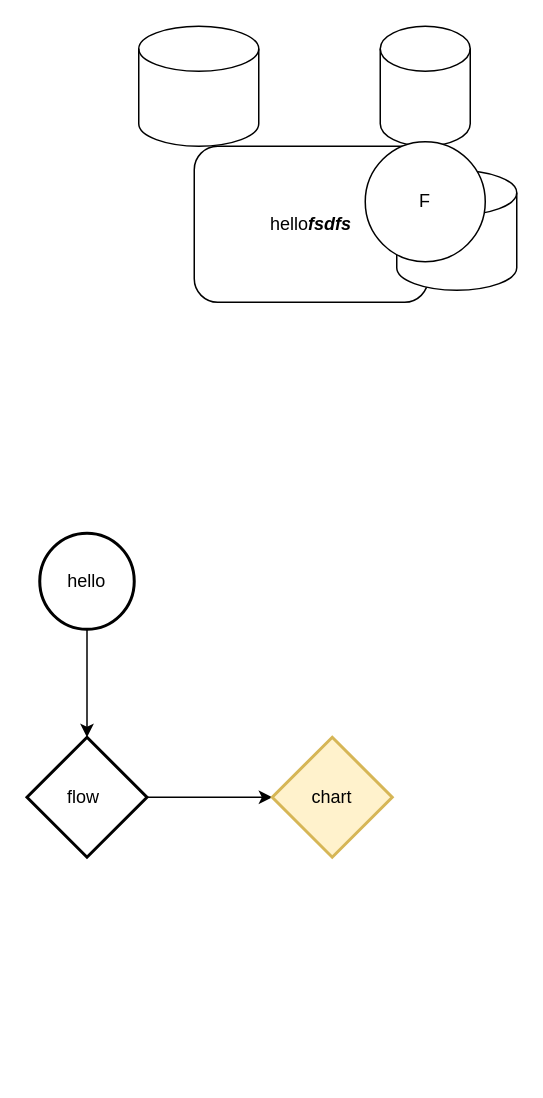
The draw.io diagram Diagram.drawio in MoldavianDron/drawio, before the edit. Source tidied: cells renumbered, new cells numbered last; positions are measured from the earlier drawing's top-left corner, leaving out a move shared by most shapes. Both pictures are drawn from the tidied source at 150%, with x=0, y=0 at pixel (26, 26).
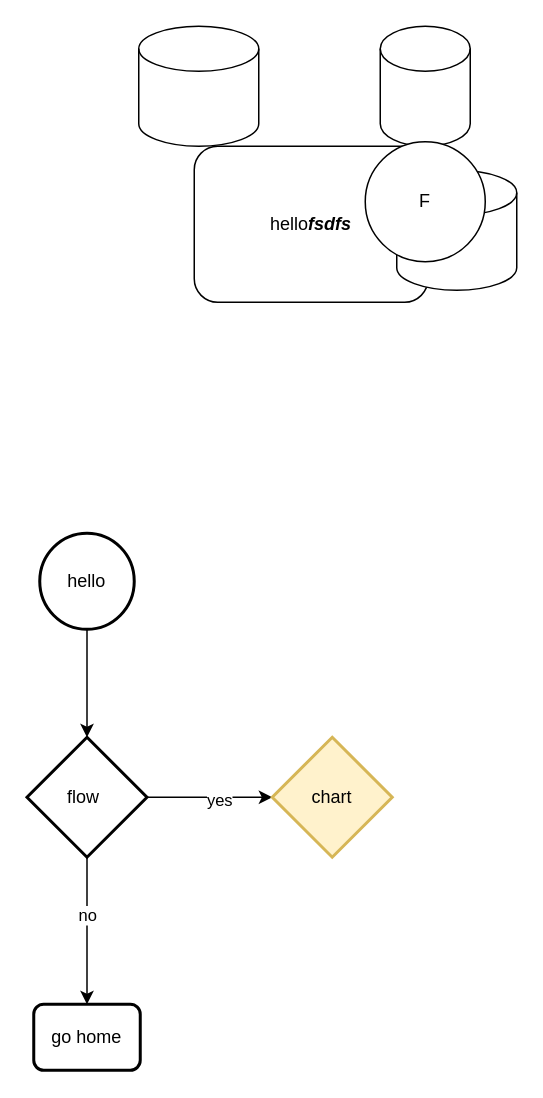
After the change.

Diff of the diagram source:
```diff
@@
 <mxGraphModel>
   <root>
     <mxCell id="0" />
     <mxCell id="1" parent="0" />
     <mxCell id="2" style="whiteSpace=wrap;html=1;shape=cylinder3;boundedLbl=1;backgroundOutline=1;size=15;" parent="1" vertex="1">
       <mxGeometry x="75" width="80" height="80" as="geometry" />
     </mxCell>
     <mxCell id="3" value="&lt;span style=&quot;font-style: normal; font-weight: normal;&quot;&gt;hello&lt;/span&gt;fsdfs" style="rounded=1;whiteSpace=wrap;html=1;shape=label;fixedSize=1;direction=east;fontStyle=3;" parent="1" vertex="1">
       <mxGeometry x="112" y="80" width="155.9" height="104" as="geometry" />
     </mxCell>
     <mxCell id="4" style="shape=cylinder3;whiteSpace=wrap;html=1;boundedLbl=1;backgroundOutline=1;size=15;direction=east;" parent="1" vertex="1">
       <mxGeometry x="236" width="60" height="80" as="geometry" />
     </mxCell>
     <mxCell id="5" style="whiteSpace=wrap;html=1;shape=cylinder3;boundedLbl=1;backgroundOutline=1;size=15;rotation=0;" parent="1" vertex="1">
       <mxGeometry x="296" y="96" width="80" height="80" relative="1" as="geometry">
         <mxPoint x="247" y="96" as="offset" />
       </mxGeometry>
     </mxCell>
     <mxCell id="6" value="F" style="ellipse;whiteSpace=wrap;html=1;" parent="1" vertex="1">
       <mxGeometry x="226" y="77" width="80" height="80" as="geometry" />
     </mxCell>
     <mxCell id="7" style="edgeStyle=orthogonalEdgeStyle;rounded=0;jettySize=auto;html=1;" parent="1" edge="1" source="8" target="10">
       <mxGeometry relative="1" as="geometry" />
     </mxCell>
     <mxCell id="8" value="hello" style="strokeWidth=2;html=1;shape=mxgraph.flowchart.start_2;whiteSpace=wrap;" parent="1" vertex="1">
       <mxGeometry x="9" y="338" width="63" height="64" as="geometry" />
     </mxCell>
     <mxCell id="9" style="edgeStyle=orthogonalEdgeStyle;rounded=0;jettySize=auto;html=1;" parent="1" edge="1" source="10" target="11">
       <mxGeometry relative="1" as="geometry" />
     </mxCell>
+    <mxCell id="12" value="yes" style="edgeLabel;html=1;align=center;verticalAlign=middle;" parent="9" vertex="1">
+      <mxGeometry x="0.16" y="-1" relative="1" as="geometry" />
+    </mxCell>
+    <mxCell id="13" style="edgeStyle=orthogonalEdgeStyle;rounded=0;jettySize=auto;html=1;" parent="1" edge="1" source="10" target="15">
+      <mxGeometry relative="1" as="geometry" />
+    </mxCell>
+    <mxCell id="14" value="no" style="edgeLabel;html=1;align=center;verticalAlign=middle;" parent="13" vertex="1">
+      <mxGeometry x="-0.23" relative="1" as="geometry" />
+    </mxCell>
     <mxCell id="10" value="flow&lt;span style=&quot;white-space: pre;&quot;&gt;&#9;&lt;/span&gt;" style="rhombus;whiteSpace=wrap;html=1;strokeWidth=2;" parent="1" vertex="1">
       <mxGeometry x="0.5" y="474" width="80" height="80" as="geometry" />
     </mxCell>
     <mxCell id="11" value="chart" style="rhombus;whiteSpace=wrap;html=1;strokeWidth=2;fillColor=#fff2cc;strokeColor=#d6b656;" parent="1" vertex="1">
       <mxGeometry x="164" y="474" width="80" height="80" as="geometry" />
     </mxCell>
+    <mxCell id="15" value="go home" style="rounded=1;whiteSpace=wrap;html=1;strokeWidth=2;" parent="1" vertex="1">
+      <mxGeometry x="5" y="652" width="71" height="44" as="geometry" />
+    </mxCell>
   </root>
 </mxGraphModel>
```
